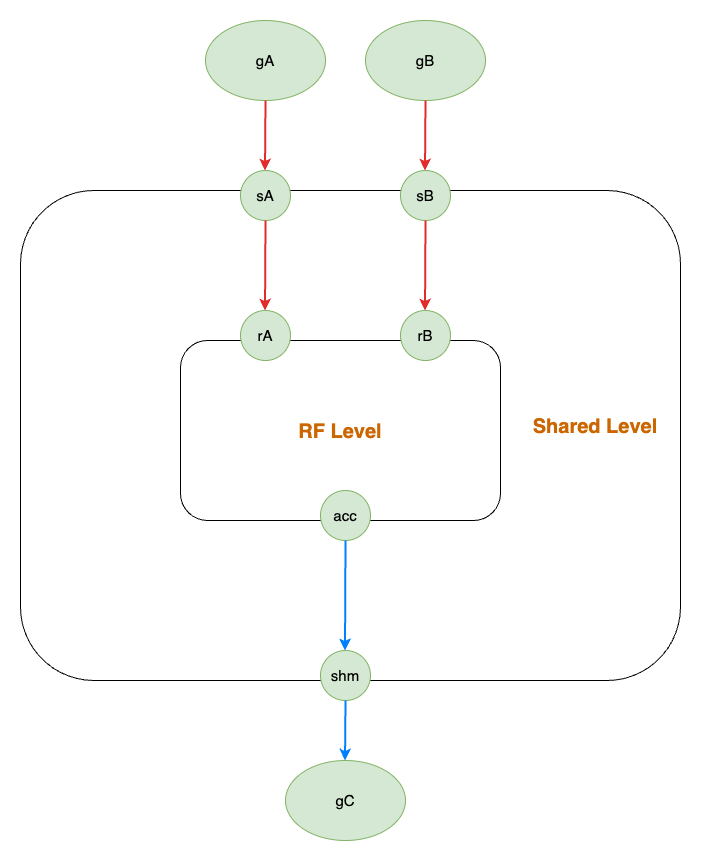
This is docs/figures/Shared_GEMM_Graph.png from TiledTensor/TiledKernel, a draw.io export, as it was before one commit. Source tidied: cells renumbered, new cells last; positions are measured from the earlier drawing's top-left corner, leaving out a move shared by most shapes. Its diagram source:
```xml
<mxGraphModel>
  <root>
    <mxCell id="0" />
    <mxCell id="1" parent="0" />
    <mxCell id="2" style="rounded=1;whiteSpace=wrap;html=1;" parent="1" vertex="1">
      <mxGeometry y="170" width="660" height="490" as="geometry" />
    </mxCell>
    <mxCell id="3" style="rounded=1;whiteSpace=wrap;html=1;" parent="1" vertex="1">
      <mxGeometry x="160" y="320" width="320" height="180" as="geometry" />
    </mxCell>
    <mxCell id="4" value="&lt;font style=&quot;font-size: 15px;&quot;&gt;rA&lt;/font&gt;" style="shape=ellipse;html=1;dashed=0;whiteSpace=wrap;perimeter=ellipsePerimeter;fillColor=#d5e8d4;strokeColor=#82b366;" parent="1" vertex="1">
      <mxGeometry x="220" y="290" width="50" height="50" as="geometry" />
    </mxCell>
    <mxCell id="5" value="&lt;font style=&quot;font-size: 15px;&quot;&gt;rB&lt;/font&gt;" style="shape=ellipse;html=1;dashed=0;whiteSpace=wrap;perimeter=ellipsePerimeter;fillColor=#d5e8d4;strokeColor=#82b366;" parent="1" vertex="1">
      <mxGeometry x="380" y="290" width="50" height="50" as="geometry" />
    </mxCell>
    <mxCell id="6" value="&lt;font style=&quot;font-size: 15px;&quot;&gt;acc&lt;/font&gt;" style="shape=ellipse;html=1;dashed=0;whiteSpace=wrap;perimeter=ellipsePerimeter;fillColor=#d5e8d4;strokeColor=#82b366;" parent="1" vertex="1">
      <mxGeometry x="300" y="470" width="50" height="50" as="geometry" />
    </mxCell>
    <mxCell id="7" value="&lt;font style=&quot;font-size: 15px;&quot;&gt;sA&lt;/font&gt;" style="shape=ellipse;html=1;dashed=0;whiteSpace=wrap;perimeter=ellipsePerimeter;fillColor=#d5e8d4;strokeColor=#82b366;" parent="1" vertex="1">
      <mxGeometry x="220" y="150" width="50" height="50" as="geometry" />
    </mxCell>
    <mxCell id="8" value="&lt;font style=&quot;font-size: 15px;&quot;&gt;sB&lt;/font&gt;" style="shape=ellipse;html=1;dashed=0;whiteSpace=wrap;perimeter=ellipsePerimeter;fillColor=#d5e8d4;strokeColor=#82b366;" parent="1" vertex="1">
      <mxGeometry x="380" y="150" width="50" height="50" as="geometry" />
    </mxCell>
    <mxCell id="9" value="&lt;font style=&quot;font-size: 15px;&quot;&gt;shm&lt;/font&gt;" style="shape=ellipse;html=1;dashed=0;whiteSpace=wrap;perimeter=ellipsePerimeter;fillColor=#d5e8d4;strokeColor=#82b366;" parent="1" vertex="1">
      <mxGeometry x="300" y="630" width="50" height="50" as="geometry" />
    </mxCell>
    <mxCell id="10" style="endArrow=classic;html=1;rounded=0;exitX=0.5;exitY=1;exitDx=0;exitDy=0;entryX=0.5;entryY=0;entryDx=0;entryDy=0;strokeColor=#E22C2C;strokeWidth=2;" parent="1" edge="1" source="7">
      <mxGeometry relative="1" as="geometry">
        <mxPoint x="244.5" y="290" as="targetPoint" />
      </mxGeometry>
    </mxCell>
    <mxCell id="11" style="endArrow=classic;html=1;rounded=0;entryX=0.5;entryY=0;entryDx=0;entryDy=0;strokeColor=#E22C2C;strokeWidth=2;exitX=0.5;exitY=1;exitDx=0;exitDy=0;" parent="1" edge="1" source="8">
      <mxGeometry relative="1" as="geometry">
        <mxPoint x="404.5" y="290" as="targetPoint" />
      </mxGeometry>
    </mxCell>
    <mxCell id="12" style="endArrow=classic;html=1;rounded=0;exitX=0.5;exitY=1;exitDx=0;exitDy=0;entryX=0.5;entryY=0;entryDx=0;entryDy=0;strokeColor=#007FFF;strokeWidth=2;" parent="1" edge="1" source="6">
      <mxGeometry relative="1" as="geometry">
        <mxPoint x="324.5" y="630" as="targetPoint" />
      </mxGeometry>
    </mxCell>
    <mxCell id="13" value="&lt;font style=&quot;font-size: 15px;&quot;&gt;gA&lt;/font&gt;" style="ellipse;whiteSpace=wrap;html=1;fillColor=#d5e8d4;strokeColor=#82b366;" parent="1" vertex="1">
      <mxGeometry x="185" width="120" height="80" as="geometry" />
    </mxCell>
    <mxCell id="14" style="endArrow=classic;html=1;rounded=0;entryX=0.5;entryY=0;entryDx=0;entryDy=0;strokeColor=#E22C2C;strokeWidth=2;" parent="1" edge="1">
      <mxGeometry relative="1" as="geometry">
        <mxPoint x="245" y="80" as="sourcePoint" />
        <mxPoint x="244.5" y="150" as="targetPoint" />
      </mxGeometry>
    </mxCell>
    <mxCell id="15" value="&lt;font style=&quot;font-size: 15px;&quot;&gt;gB&lt;/font&gt;" style="ellipse;whiteSpace=wrap;html=1;fillColor=#d5e8d4;strokeColor=#82b366;" parent="1" vertex="1">
      <mxGeometry x="345" width="120" height="80" as="geometry" />
    </mxCell>
    <mxCell id="16" style="endArrow=classic;html=1;rounded=0;entryX=0.5;entryY=0;entryDx=0;entryDy=0;strokeColor=#E22C2C;strokeWidth=2;" parent="1" edge="1">
      <mxGeometry relative="1" as="geometry">
        <mxPoint x="405" y="80" as="sourcePoint" />
        <mxPoint x="404.5" y="150" as="targetPoint" />
      </mxGeometry>
    </mxCell>
    <mxCell id="17" value="&lt;font style=&quot;font-size: 15px;&quot;&gt;gC&lt;/font&gt;" style="ellipse;whiteSpace=wrap;html=1;fillColor=#d5e8d4;strokeColor=#82b366;" parent="1" vertex="1">
      <mxGeometry x="265" y="740" width="120" height="80" as="geometry" />
    </mxCell>
    <mxCell id="18" style="endArrow=classic;html=1;rounded=0;entryX=0.5;entryY=0;entryDx=0;entryDy=0;strokeColor=#007FFF;strokeWidth=2;exitX=0.5;exitY=1;exitDx=0;exitDy=0;" parent="1" edge="1" source="9">
      <mxGeometry relative="1" as="geometry">
        <mxPoint x="324.5" y="740" as="targetPoint" />
      </mxGeometry>
    </mxCell>
    <mxCell id="19" value="&lt;h1&gt;&lt;font color=&quot;#cc6600&quot; size=&quot;1&quot; style=&quot;&quot;&gt;&lt;b style=&quot;font-size: 20px;&quot;&gt;RF Level&lt;/b&gt;&lt;/font&gt;&lt;/h1&gt;" style="text;html=1;strokeColor=none;fillColor=none;align=center;verticalAlign=middle;whiteSpace=wrap;rounded=0;" parent="1" vertex="1">
      <mxGeometry x="245" y="365" width="150" height="90" as="geometry" />
    </mxCell>
    <mxCell id="20" value="&lt;h1&gt;&lt;font color=&quot;#cc6600&quot; size=&quot;1&quot; style=&quot;&quot;&gt;&lt;b style=&quot;font-size: 20px;&quot;&gt;Shared Level&lt;/b&gt;&lt;/font&gt;&lt;/h1&gt;" style="text;html=1;strokeColor=none;fillColor=none;align=center;verticalAlign=middle;whiteSpace=wrap;rounded=0;" parent="1" vertex="1">
      <mxGeometry x="500" y="360" width="150" height="90" as="geometry" />
    </mxCell>
  </root>
</mxGraphModel>
```
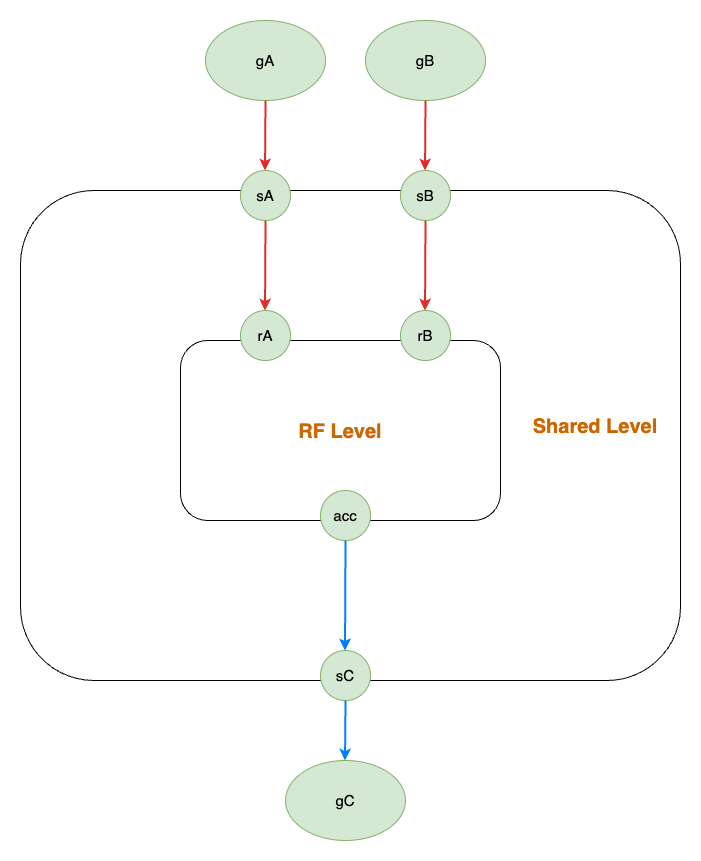
After the commit.

Diff of the diagram source:
```diff
@@ -23,7 +23,7 @@
     <mxCell id="8" value="&lt;font style=&quot;font-size: 15px;&quot;&gt;sB&lt;/font&gt;" style="shape=ellipse;html=1;dashed=0;whiteSpace=wrap;perimeter=ellipsePerimeter;fillColor=#d5e8d4;strokeColor=#82b366;" parent="1" vertex="1">
       <mxGeometry x="380" y="150" width="50" height="50" as="geometry" />
     </mxCell>
-    <mxCell id="9" value="&lt;font style=&quot;font-size: 15px;&quot;&gt;shm&lt;/font&gt;" style="shape=ellipse;html=1;dashed=0;whiteSpace=wrap;perimeter=ellipsePerimeter;fillColor=#d5e8d4;strokeColor=#82b366;" parent="1" vertex="1">
+    <mxCell id="9" value="&lt;span style=&quot;font-size: 15px;&quot;&gt;sC&lt;/span&gt;" style="shape=ellipse;html=1;dashed=0;whiteSpace=wrap;perimeter=ellipsePerimeter;fillColor=#d5e8d4;strokeColor=#82b366;" parent="1" vertex="1">
       <mxGeometry x="300" y="630" width="50" height="50" as="geometry" />
     </mxCell>
     <mxCell id="10" style="endArrow=classic;html=1;rounded=0;exitX=0.5;exitY=1;exitDx=0;exitDy=0;entryX=0.5;entryY=0;entryDx=0;entryDy=0;strokeColor=#E22C2C;strokeWidth=2;" parent="1" edge="1" source="7">
```
